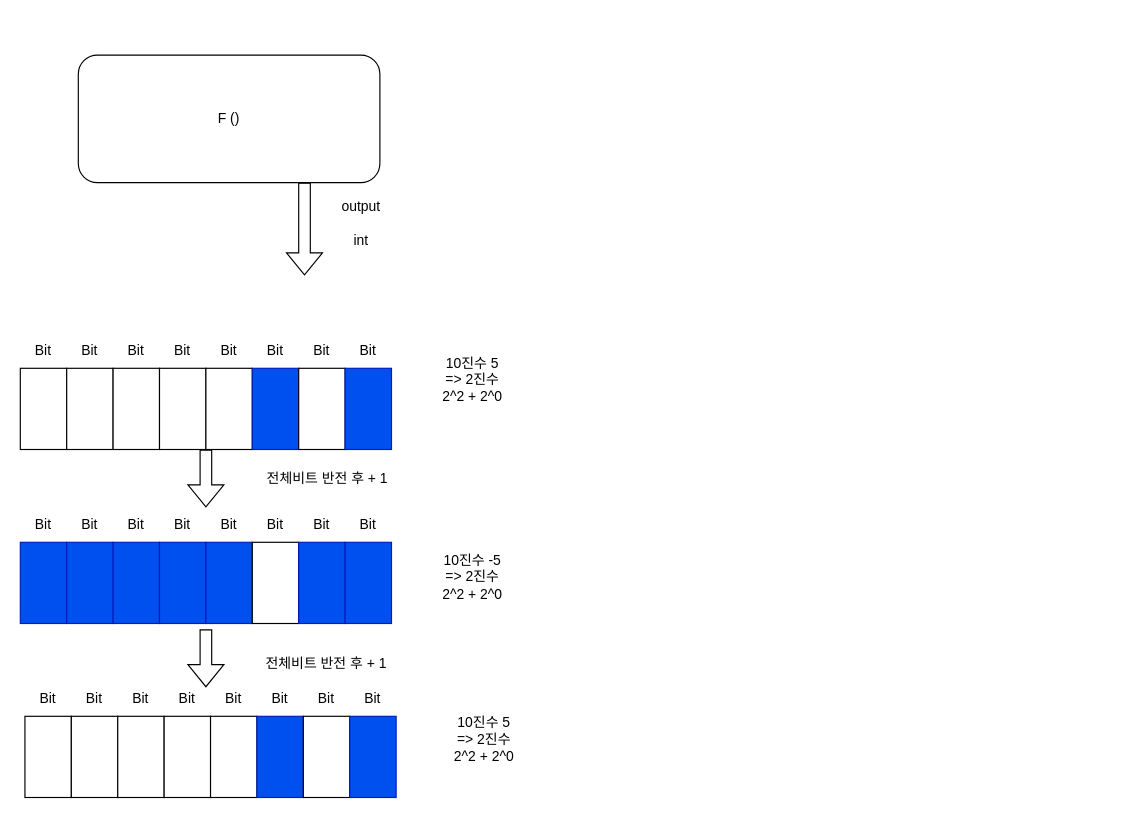
Before: Function.drawio in luke-youngmin-cho/Client_1st, a draw.io diagram. Source tidied: cells renumbered, new cells numbered last; positions are measured from the earlier drawing's top-left corner, leaving out a move shared by most shapes. Both pictures are drawn from the tidied source at 116%, with x=0, y=0 at pixel (20, 55).
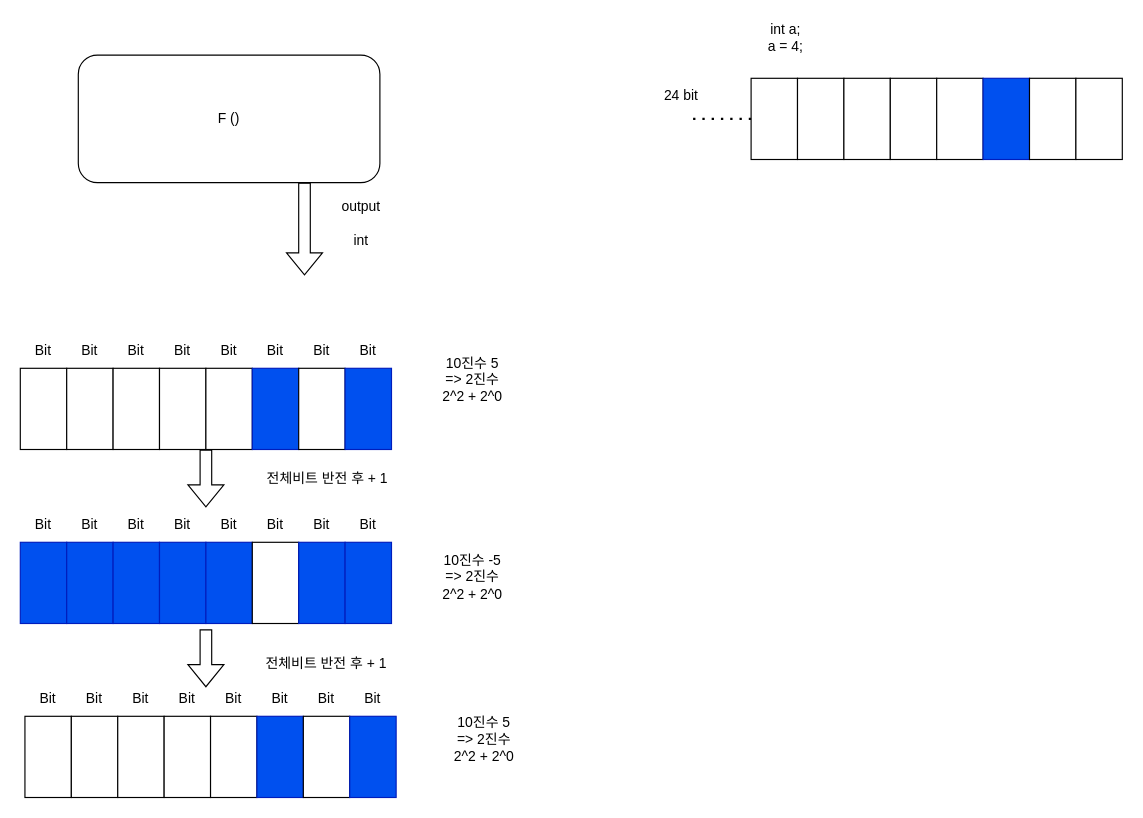
The same diagram, later.

Diff of the diagram source:
```diff
@@
+    <mxCell id="60" style="rounded=0;whiteSpace=wrap;html=1;" parent="1" vertex="1">
+      <mxGeometry x="630" y="20" width="40" height="70" as="geometry" />
+    </mxCell>
+    <mxCell id="61" style="rounded=0;whiteSpace=wrap;html=1;" parent="1" vertex="1">
+      <mxGeometry x="670" y="20" width="40" height="70" as="geometry" />
+    </mxCell>
+    <mxCell id="62" style="rounded=0;whiteSpace=wrap;html=1;" parent="1" vertex="1">
+      <mxGeometry x="710" y="20" width="40" height="70" as="geometry" />
+    </mxCell>
+    <mxCell id="63" style="rounded=0;whiteSpace=wrap;html=1;" parent="1" vertex="1">
+      <mxGeometry x="750" y="20" width="40" height="70" as="geometry" />
+    </mxCell>
+    <mxCell id="64" style="rounded=0;whiteSpace=wrap;html=1;" parent="1" vertex="1">
+      <mxGeometry x="790" y="20" width="40" height="70" as="geometry" />
+    </mxCell>
+    <mxCell id="65" style="rounded=0;whiteSpace=wrap;html=1;fillColor=#0050ef;fontColor=#ffffff;strokeColor=#001DBC;" parent="1" vertex="1">
+      <mxGeometry x="830" y="20" width="40" height="70" as="geometry" />
+    </mxCell>
+    <mxCell id="66" style="rounded=0;whiteSpace=wrap;html=1;" parent="1" vertex="1">
+      <mxGeometry x="870" y="20" width="40" height="70" as="geometry" />
+    </mxCell>
+    <mxCell id="67" style="rounded=0;whiteSpace=wrap;html=1;" parent="1" vertex="1">
+      <mxGeometry x="910" y="20" width="40" height="70" as="geometry" />
+    </mxCell>
+    <mxCell id="68" value="int a;&lt;br&gt;a = 4;" style="text;html=1;strokeColor=none;fillColor=none;align=center;verticalAlign=middle;whiteSpace=wrap;rounded=0;" parent="1" vertex="1">
+      <mxGeometry x="630" y="-30" width="60" height="30" as="geometry" />
+    </mxCell>
+    <mxCell id="69" style="endArrow=none;dashed=1;html=1;dashPattern=1 3;strokeWidth=2;rounded=0;exitX=0;exitY=0.5;exitDx=0;exitDy=0;" parent="1" edge="1" source="60">
+      <mxGeometry relative="1" as="geometry">
+        <mxPoint x="580" y="55" as="targetPoint" />
+      </mxGeometry>
+    </mxCell>
+    <mxCell id="70" value="24 bit" style="text;html=1;strokeColor=none;fillColor=none;align=center;verticalAlign=middle;whiteSpace=wrap;rounded=0;" parent="1" vertex="1">
+      <mxGeometry x="540" y="20" width="60" height="30" as="geometry" />
+    </mxCell>
```
